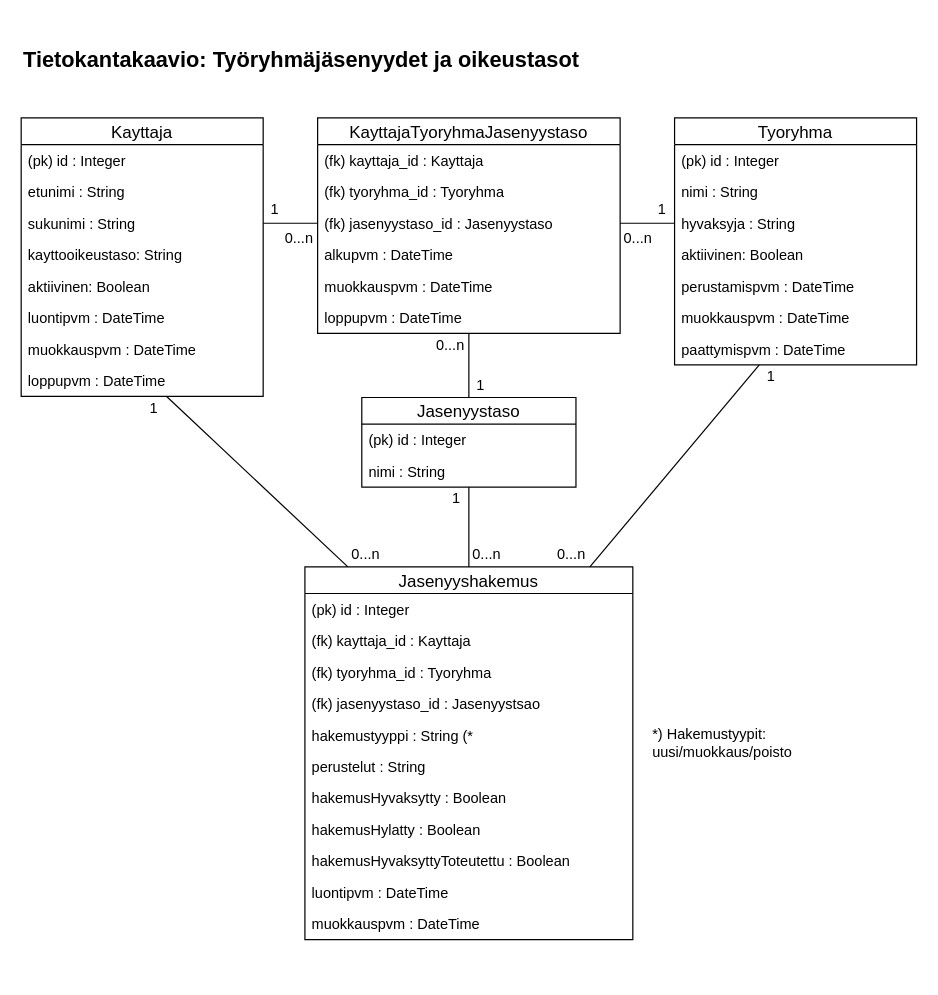
Above: documentation/Tietokantakaavio.drawio in jmlii/TrjApp (draw.io), before the change. Source tidied: cells renumbered, new cells numbered last; positions are measured from the earlier drawing's top-left corner, leaving out a move shared by most shapes. Both pictures are drawn from the tidied source at 121%, with x=0, y=0 at pixel (21, 21).
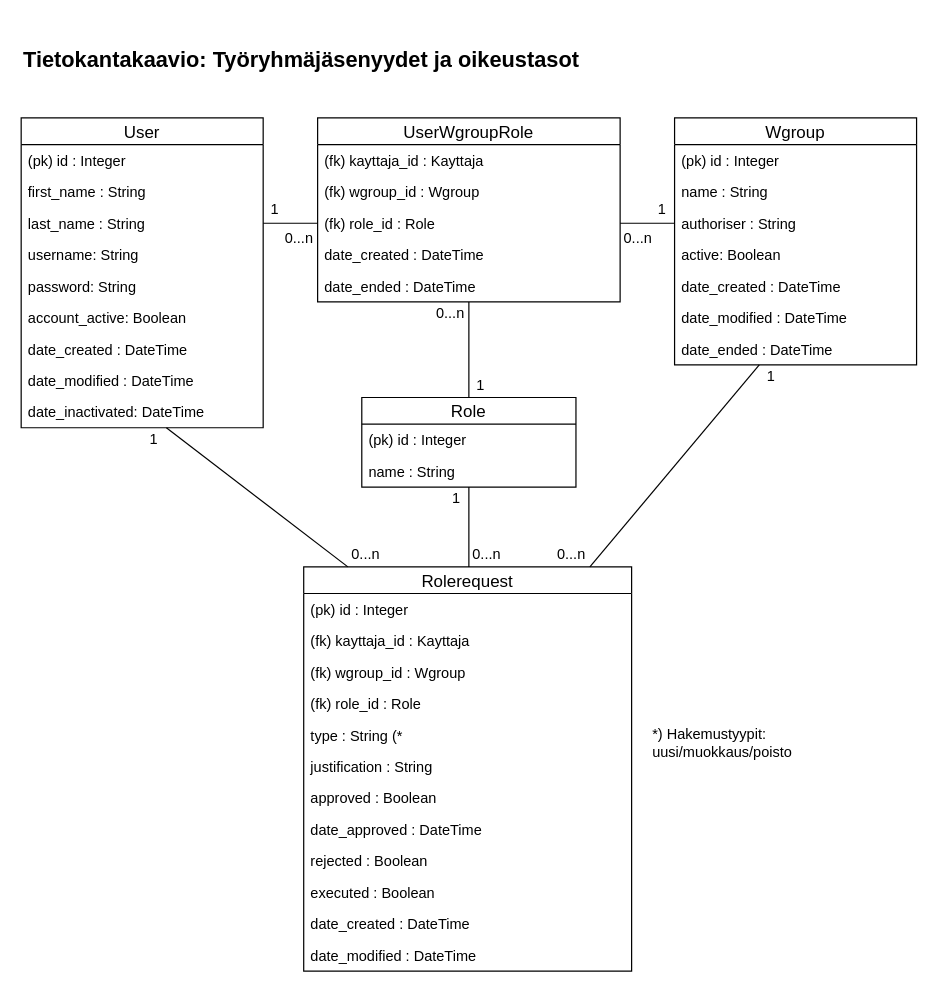
The same diagram, later.

Diff of the diagram source:
```diff
@@
-    <mxCell id="2" value="Kayttaja" style="swimlane;fontStyle=0;horizontal=1;startSize=22;fillColor=none;swimlaneFillColor=#ffffff;align=center;fontSize=14;" parent="1" vertex="1">
-      <mxGeometry y="80" width="200" height="230" as="geometry" />
+    <mxCell id="2" value="User" style="swimlane;fontStyle=0;horizontal=1;startSize=22;fillColor=none;swimlaneFillColor=#ffffff;align=center;fontSize=14;" parent="1" vertex="1">
+      <mxGeometry y="80" width="200" height="256" as="geometry" />
     </mxCell>
@@
-    <mxCell id="4" value="etunimi : String" style="text;strokeColor=none;fillColor=none;spacingLeft=4;spacingRight=4;overflow=hidden;fontSize=12;" parent="2" vertex="1">
+    <mxCell id="4" value="first_name : String" style="text;strokeColor=none;fillColor=none;spacingLeft=4;spacingRight=4;overflow=hidden;fontSize=12;" parent="2" vertex="1">
       <mxGeometry y="48" width="200" height="26" as="geometry" />
     </mxCell>
-    <mxCell id="5" value="sukunimi : String" style="text;strokeColor=none;fillColor=none;spacingLeft=4;spacingRight=4;overflow=hidden;fontSize=12;" parent="2" vertex="1">
+    <mxCell id="5" value="last_name : String" style="text;strokeColor=none;fillColor=none;spacingLeft=4;spacingRight=4;overflow=hidden;fontSize=12;" parent="2" vertex="1">
       <mxGeometry y="74" width="200" height="26" as="geometry" />
     </mxCell>
-    <mxCell id="6" value="kayttooikeustaso: String" style="text;strokeColor=none;fillColor=none;spacingLeft=4;spacingRight=4;overflow=hidden;fontSize=12;" parent="2" vertex="1">
+    <mxCell id="6" value="username: String" style="text;strokeColor=none;fillColor=none;spacingLeft=4;spacingRight=4;overflow=hidden;fontSize=12;" parent="2" vertex="1">
       <mxGeometry y="100" width="200" height="26" as="geometry" />
     </mxCell>
+    <mxCell id="61" value="password: String" style="text;strokeColor=none;fillColor=none;spacingLeft=4;spacingRight=4;overflow=hidden;fontSize=12;" parent="2" vertex="1">
+      <mxGeometry y="126" width="200" height="26" as="geometry" />
+    </mxCell>
-    <mxCell id="7" value="aktiivinen: Boolean" style="text;strokeColor=none;fillColor=none;spacingLeft=4;spacingRight=4;overflow=hidden;fontSize=12;" parent="2" vertex="1">
-      <mxGeometry y="126" width="200" height="26" as="geometry" />
+    <mxCell id="7" value="account_active: Boolean" style="text;strokeColor=none;fillColor=none;spacingLeft=4;spacingRight=4;overflow=hidden;fontSize=12;" parent="2" vertex="1">
+      <mxGeometry y="152" width="200" height="26" as="geometry" />
     </mxCell>
-    <mxCell id="8" value="luontipvm : DateTime" style="text;strokeColor=none;fillColor=none;spacingLeft=4;spacingRight=4;overflow=hidden;fontSize=12;" parent="2" vertex="1">
-      <mxGeometry y="152" width="200" height="26" as="geometry" />
+    <mxCell id="8" value="date_created : DateTime" style="text;strokeColor=none;fillColor=none;spacingLeft=4;spacingRight=4;overflow=hidden;fontSize=12;" parent="2" vertex="1">
+      <mxGeometry y="178" width="200" height="26" as="geometry" />
     </mxCell>
-    <mxCell id="9" value="muokkauspvm : DateTime" style="text;strokeColor=none;fillColor=none;spacingLeft=4;spacingRight=4;overflow=hidden;fontSize=12;" parent="2" vertex="1">
-      <mxGeometry y="178" width="200" height="26" as="geometry" />
+    <mxCell id="9" value="date_modified : DateTime" style="text;strokeColor=none;fillColor=none;spacingLeft=4;spacingRight=4;overflow=hidden;fontSize=12;" parent="2" vertex="1">
+      <mxGeometry y="204" width="200" height="26" as="geometry" />
     </mxCell>
-    <mxCell id="10" value="loppupvm : DateTime" style="text;strokeColor=none;fillColor=none;spacingLeft=4;spacingRight=4;overflow=hidden;fontSize=12;" parent="2" vertex="1">
-      <mxGeometry y="204" width="200" height="26" as="geometry" />
+    <mxCell id="10" value="date_inactivated: DateTime" style="text;strokeColor=none;fillColor=none;spacingLeft=4;spacingRight=4;overflow=hidden;fontSize=12;" parent="2" vertex="1">
+      <mxGeometry y="230" width="200" height="26" as="geometry" />
     </mxCell>
-    <mxCell id="11" value="Tyoryhma" style="swimlane;fontStyle=0;horizontal=1;startSize=22;fillColor=none;swimlaneFillColor=#ffffff;align=center;fontSize=14;" parent="1" vertex="1">
+    <mxCell id="11" value="Wgroup" style="swimlane;fontStyle=0;horizontal=1;startSize=22;fillColor=none;swimlaneFillColor=#ffffff;align=center;fontSize=14;" parent="1" vertex="1">
       <mxGeometry x="540" y="80" width="200" height="204" as="geometry" />
     </mxCell>
@@
-    <mxCell id="13" value="nimi : String" style="text;strokeColor=none;fillColor=none;spacingLeft=4;spacingRight=4;overflow=hidden;fontSize=12;" parent="11" vertex="1">
+    <mxCell id="13" value="name : String" style="text;strokeColor=none;fillColor=none;spacingLeft=4;spacingRight=4;overflow=hidden;fontSize=12;" parent="11" vertex="1">
       <mxGeometry y="48" width="200" height="26" as="geometry" />
     </mxCell>
-    <mxCell id="14" value="hyvaksyja : String" style="text;strokeColor=none;fillColor=none;spacingLeft=4;spacingRight=4;overflow=hidden;fontSize=12;" parent="11" vertex="1">
+    <mxCell id="14" value="authoriser : String" style="text;strokeColor=none;fillColor=none;spacingLeft=4;spacingRight=4;overflow=hidden;fontSize=12;" parent="11" vertex="1">
       <mxGeometry y="74" width="200" height="26" as="geometry" />
     </mxCell>
-    <mxCell id="15" value="aktiivinen: Boolean" style="text;strokeColor=none;fillColor=none;spacingLeft=4;spacingRight=4;overflow=hidden;fontSize=12;" parent="11" vertex="1">
+    <mxCell id="15" value="active: Boolean" style="text;strokeColor=none;fillColor=none;spacingLeft=4;spacingRight=4;overflow=hidden;fontSize=12;" parent="11" vertex="1">
       <mxGeometry y="100" width="200" height="26" as="geometry" />
     </mxCell>
-    <mxCell id="16" value="perustamispvm : DateTime" style="text;strokeColor=none;fillColor=none;spacingLeft=4;spacingRight=4;overflow=hidden;fontSize=12;" parent="11" vertex="1">
+    <mxCell id="16" value="date_created : DateTime" style="text;strokeColor=none;fillColor=none;spacingLeft=4;spacingRight=4;overflow=hidden;fontSize=12;" parent="11" vertex="1">
       <mxGeometry y="126" width="200" height="26" as="geometry" />
     </mxCell>
-    <mxCell id="17" value="muokkauspvm : DateTime" style="text;strokeColor=none;fillColor=none;spacingLeft=4;spacingRight=4;overflow=hidden;fontSize=12;" parent="11" vertex="1">
+    <mxCell id="17" value="date_modified : DateTime" style="text;strokeColor=none;fillColor=none;spacingLeft=4;spacingRight=4;overflow=hidden;fontSize=12;" parent="11" vertex="1">
       <mxGeometry y="152" width="200" height="26" as="geometry" />
     </mxCell>
-    <mxCell id="18" value="paattymispvm : DateTime" style="text;strokeColor=none;fillColor=none;spacingLeft=4;spacingRight=4;overflow=hidden;fontSize=12;" parent="11" vertex="1">
+    <mxCell id="18" value="date_ended : DateTime" style="text;strokeColor=none;fillColor=none;spacingLeft=4;spacingRight=4;overflow=hidden;fontSize=12;" parent="11" vertex="1">
       <mxGeometry y="178" width="200" height="26" as="geometry" />
     </mxCell>
-    <mxCell id="19" value="Jasenyyshakemus" style="swimlane;fontStyle=0;horizontal=1;startSize=22;fillColor=none;swimlaneFillColor=#ffffff;align=center;fontSize=14;" parent="1" vertex="1">
-      <mxGeometry x="234.5" y="451" width="271" height="308" as="geometry" />
+    <mxCell id="19" value="Rolerequest" style="swimlane;fontStyle=0;horizontal=1;startSize=22;fillColor=none;swimlaneFillColor=#ffffff;align=center;fontSize=14;" parent="1" vertex="1">
+      <mxGeometry x="233.5" y="451" width="271" height="334" as="geometry" />
     </mxCell>
@@
-    <mxCell id="22" value="(fk) tyoryhma_id : Tyoryhma" style="text;strokeColor=none;fillColor=none;spacingLeft=4;spacingRight=4;overflow=hidden;fontSize=12;" parent="19" vertex="1">
+    <mxCell id="22" value="(fk) wgroup_id : Wgroup" style="text;strokeColor=none;fillColor=none;spacingLeft=4;spacingRight=4;overflow=hidden;fontSize=12;" parent="19" vertex="1">
       <mxGeometry y="74" width="271" height="26" as="geometry" />
     </mxCell>
-    <mxCell id="23" value="(fk) jasenyystaso_id : Jasenyystsao" style="text;strokeColor=none;fillColor=none;spacingLeft=4;spacingRight=4;overflow=hidden;fontSize=12;" parent="19" vertex="1">
+    <mxCell id="23" value="(fk) role_id : Role" style="text;strokeColor=none;fillColor=none;spacingLeft=4;spacingRight=4;overflow=hidden;fontSize=12;" parent="19" vertex="1">
       <mxGeometry y="100" width="271" height="26" as="geometry" />
     </mxCell>
-    <mxCell id="24" value="hakemustyyppi : String (*" style="text;strokeColor=none;fillColor=none;spacingLeft=4;spacingRight=4;overflow=hidden;fontSize=12;" parent="19" vertex="1">
+    <mxCell id="24" value="type : String (*" style="text;strokeColor=none;fillColor=none;spacingLeft=4;spacingRight=4;overflow=hidden;fontSize=12;" parent="19" vertex="1">
       <mxGeometry y="126" width="271" height="26" as="geometry" />
     </mxCell>
-    <mxCell id="25" value="perustelut : String" style="text;strokeColor=none;fillColor=none;spacingLeft=4;spacingRight=4;overflow=hidden;fontSize=12;" parent="19" vertex="1">
+    <mxCell id="25" value="justification : String" style="text;strokeColor=none;fillColor=none;spacingLeft=4;spacingRight=4;overflow=hidden;fontSize=12;" parent="19" vertex="1">
       <mxGeometry y="152" width="271" height="26" as="geometry" />
     </mxCell>
-    <mxCell id="26" value="hakemusHyvaksytty : Boolean" style="text;strokeColor=none;fillColor=none;spacingLeft=4;spacingRight=4;overflow=hidden;fontSize=12;" parent="19" vertex="1">
+    <mxCell id="26" value="approved : Boolean" style="text;strokeColor=none;fillColor=none;spacingLeft=4;spacingRight=4;overflow=hidden;fontSize=12;" parent="19" vertex="1">
       <mxGeometry y="178" width="271" height="26" as="geometry" />
     </mxCell>
+    <mxCell id="62" value="date_approved : DateTime" style="text;strokeColor=none;fillColor=none;spacingLeft=4;spacingRight=4;overflow=hidden;fontSize=12;" parent="19" vertex="1">
+      <mxGeometry y="204" width="271" height="26" as="geometry" />
+    </mxCell>
-    <mxCell id="27" value="hakemusHylatty : Boolean" style="text;strokeColor=none;fillColor=none;spacingLeft=4;spacingRight=4;overflow=hidden;fontSize=12;" parent="19" vertex="1">
-      <mxGeometry y="204" width="271" height="26" as="geometry" />
+    <mxCell id="27" value="rejected : Boolean" style="text;strokeColor=none;fillColor=none;spacingLeft=4;spacingRight=4;overflow=hidden;fontSize=12;" parent="19" vertex="1">
+      <mxGeometry y="230" width="271" height="26" as="geometry" />
     </mxCell>
-    <mxCell id="28" value="hakemusHyvaksyttyToteutettu : Boolean" style="text;strokeColor=none;fillColor=none;spacingLeft=4;spacingRight=4;overflow=hidden;fontSize=12;" parent="19" vertex="1">
-      <mxGeometry y="230" width="271" height="26" as="geometry" />
+    <mxCell id="28" value="executed : Boolean" style="text;strokeColor=none;fillColor=none;spacingLeft=4;spacingRight=4;overflow=hidden;fontSize=12;" parent="19" vertex="1">
+      <mxGeometry y="256" width="271" height="26" as="geometry" />
     </mxCell>
-    <mxCell id="29" value="luontipvm : DateTime" style="text;strokeColor=none;fillColor=none;spacingLeft=4;spacingRight=4;overflow=hidden;fontSize=12;" parent="19" vertex="1">
-      <mxGeometry y="256" width="271" height="26" as="geometry" />
+    <mxCell id="29" value="date_created : DateTime" style="text;strokeColor=none;fillColor=none;spacingLeft=4;spacingRight=4;overflow=hidden;fontSize=12;" parent="19" vertex="1">
+      <mxGeometry y="282" width="271" height="26" as="geometry" />
     </mxCell>
-    <mxCell id="30" value="muokkauspvm : DateTime" style="text;strokeColor=none;fillColor=none;spacingLeft=4;spacingRight=4;overflow=hidden;fontSize=12;" parent="19" vertex="1">
-      <mxGeometry y="282" width="271" height="26" as="geometry" />
+    <mxCell id="30" value="date_modified : DateTime" style="text;strokeColor=none;fillColor=none;spacingLeft=4;spacingRight=4;overflow=hidden;fontSize=12;" parent="19" vertex="1">
+      <mxGeometry y="308" width="271" height="26" as="geometry" />
     </mxCell>
-    <mxCell id="31" value="Jasenyystaso" style="swimlane;fontStyle=0;horizontal=1;startSize=22;fillColor=none;swimlaneFillColor=#ffffff;align=center;fontSize=14;" parent="1" vertex="1">
+    <mxCell id="31" value="Role" style="swimlane;fontStyle=0;horizontal=1;startSize=22;fillColor=none;swimlaneFillColor=#ffffff;align=center;fontSize=14;" parent="1" vertex="1">
       <mxGeometry x="281.5" y="311" width="177" height="74" as="geometry" />
     </mxCell>
@@
-    <mxCell id="33" value="nimi : String" style="text;strokeColor=none;fillColor=none;spacingLeft=4;spacingRight=4;overflow=hidden;fontSize=12;" parent="31" vertex="1">
+    <mxCell id="33" value="name : String" style="text;strokeColor=none;fillColor=none;spacingLeft=4;spacingRight=4;overflow=hidden;fontSize=12;" parent="31" vertex="1">
       <mxGeometry y="48" width="177" height="26" as="geometry" />
     </mxCell>
-    <mxCell id="34" value="KayttajaTyoryhmaJasenyystaso" style="swimlane;fontStyle=0;horizontal=1;startSize=22;fillColor=none;swimlaneFillColor=#ffffff;align=center;fontSize=14;" parent="1" vertex="1">
-      <mxGeometry x="245" y="80" width="250" height="178" as="geometry" />
+    <mxCell id="34" value="UserWgroupRole" style="swimlane;fontStyle=0;horizontal=1;startSize=22;fillColor=none;swimlaneFillColor=#ffffff;align=center;fontSize=14;" parent="1" vertex="1">
+      <mxGeometry x="245" y="80" width="250" height="152" as="geometry" />
     </mxCell>
@@
-    <mxCell id="36" value="(fk) tyoryhma_id : Tyoryhma" style="text;strokeColor=none;fillColor=none;spacingLeft=4;spacingRight=4;overflow=hidden;fontSize=12;" parent="34" vertex="1">
+    <mxCell id="36" value="(fk) wgroup_id : Wgroup" style="text;strokeColor=none;fillColor=none;spacingLeft=4;spacingRight=4;overflow=hidden;fontSize=12;" parent="34" vertex="1">
       <mxGeometry y="48" width="250" height="26" as="geometry" />
     </mxCell>
-    <mxCell id="37" value="(fk) jasenyystaso_id : Jasenyystaso" style="text;strokeColor=none;fillColor=none;spacingLeft=4;spacingRight=4;overflow=hidden;fontSize=12;" parent="34" vertex="1">
+    <mxCell id="37" value="(fk) role_id : Role" style="text;strokeColor=none;fillColor=none;spacingLeft=4;spacingRight=4;overflow=hidden;fontSize=12;" parent="34" vertex="1">
       <mxGeometry y="74" width="250" height="26" as="geometry" />
     </mxCell>
-    <mxCell id="38" value="alkupvm : DateTime" style="text;strokeColor=none;fillColor=none;spacingLeft=4;spacingRight=4;overflow=hidden;fontSize=12;" parent="34" vertex="1">
+    <mxCell id="38" value="date_created : DateTime" style="text;strokeColor=none;fillColor=none;spacingLeft=4;spacingRight=4;overflow=hidden;fontSize=12;" parent="34" vertex="1">
       <mxGeometry y="100" width="250" height="26" as="geometry" />
     </mxCell>
-    <mxCell id="39" value="muokkauspvm : DateTime" style="text;strokeColor=none;fillColor=none;spacingLeft=4;spacingRight=4;overflow=hidden;fontSize=12;" parent="34" vertex="1">
-      <mxGeometry y="126" width="250" height="26" as="geometry" />
-    </mxCell>
-    <mxCell id="40" value="loppupvm : DateTime" style="text;strokeColor=none;fillColor=none;spacingLeft=4;spacingRight=4;overflow=hidden;fontSize=12;" parent="34" vertex="1">
-      <mxGeometry y="152" width="250" height="26" as="geometry" />
+    <mxCell id="40" value="date_ended : DateTime" style="text;strokeColor=none;fillColor=none;spacingLeft=4;spacingRight=4;overflow=hidden;fontSize=12;" parent="34" vertex="1">
+      <mxGeometry y="126" width="250" height="26" as="geometry" />
     </mxCell>
@@
     <mxCell id="46" value="1" style="text;html=1;strokeColor=none;fillColor=none;align=center;verticalAlign=middle;whiteSpace=wrap;rounded=0;" parent="1" vertex="1">
-      <mxGeometry x="100" y="310" width="20" height="20" as="geometry" />
+      <mxGeometry x="100" y="336" width="20" height="20" as="geometry" />
     </mxCell>
@@
     <mxCell id="48" value="0...n" style="text;html=1;strokeColor=none;fillColor=none;align=center;verticalAlign=middle;whiteSpace=wrap;rounded=0;" parent="1" vertex="1">
-      <mxGeometry x="340" y="258" width="30" height="20" as="geometry" />
+      <mxGeometry x="340" y="232" width="30" height="20" as="geometry" />
     </mxCell>
```
